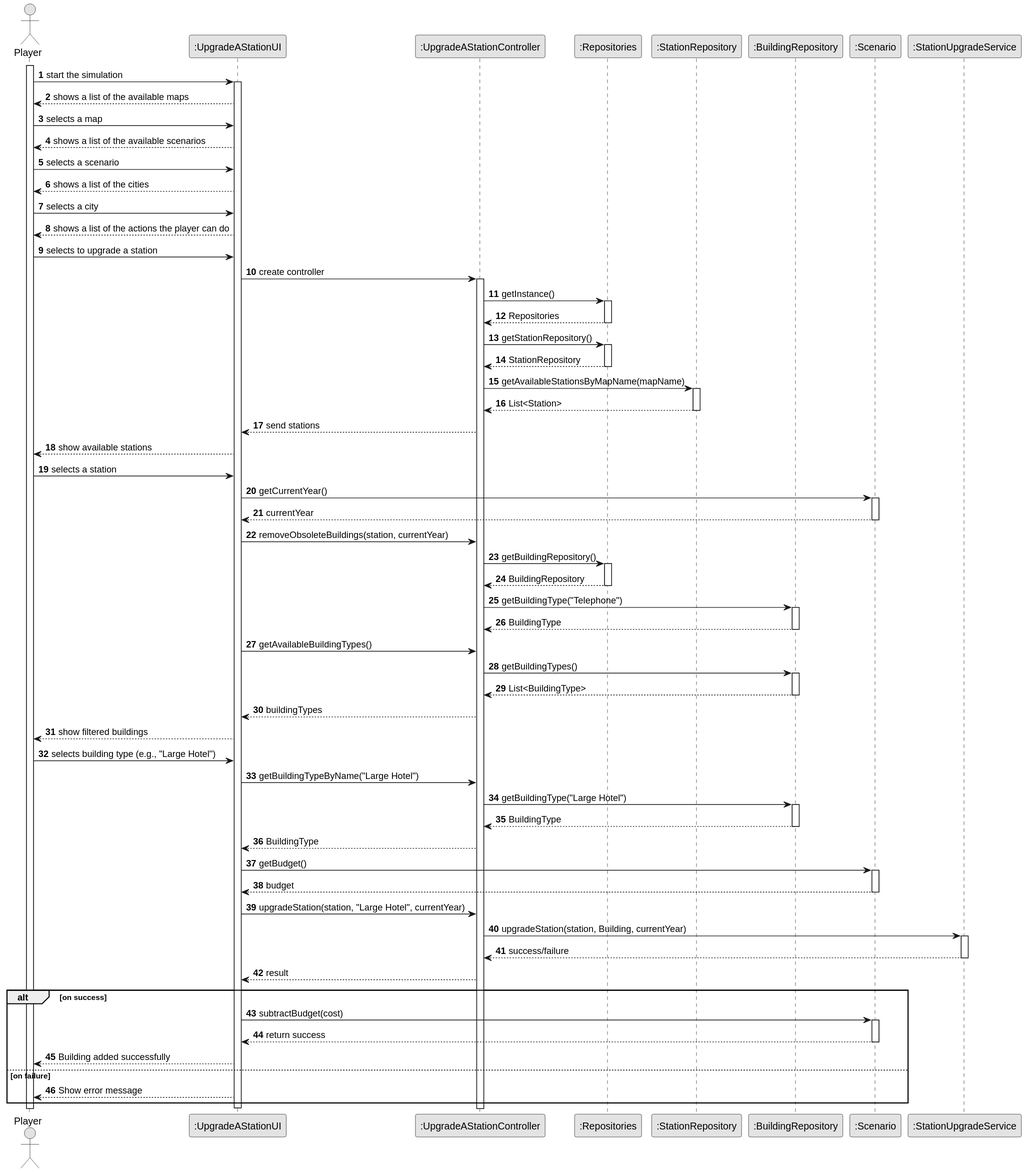
The PlantUML diagram docs/sprint3/us006/03.design/svg/us006-sequence-diagram-full.svg in ivasduarte/all-aboard, before a commit.
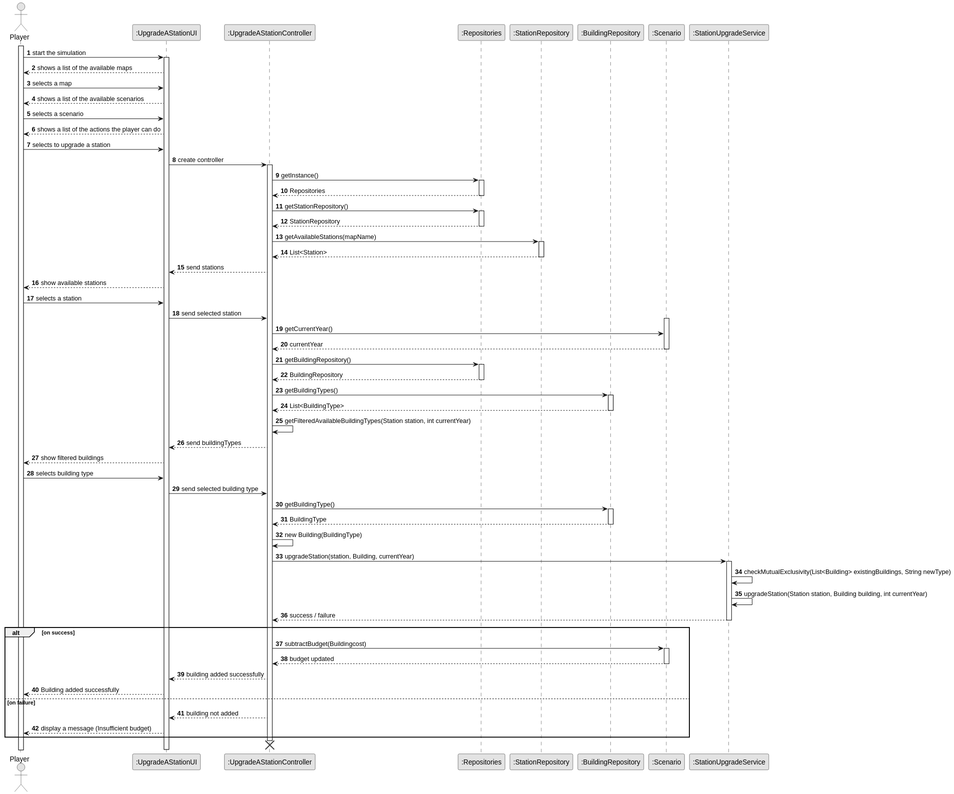
Later version of the same file.

Diff of the diagram source:
```diff
@@ -23,8 +23,6 @@
 Player -> UI : selects a map
 UI --> Player : shows a list of the available scenarios
 Player -> UI : selects a scenario
-UI --> Player : shows a list of the cities
-Player -> UI : selects a city
 UI --> Player : shows a list of the actions the player can do
 Player -> UI : selects to upgrade a station
 
@@ -41,7 +39,7 @@
 Repos --> CTRL : StationRepository
 deactivate Repos
 
-CTRL -> Station_REPO : getAvailableStationsByMapName(mapName)
+CTRL -> Station_REPO : getAvailableStations(mapName)
 activate Station_REPO
 Station_REPO --> CTRL : List<Station>
 deactivate Station_REPO
@@ -50,59 +48,57 @@
 UI --> Player : show available stations
 Player -> UI : selects a station
 
-UI -> Scenario : getCurrentYear()
+UI -> CTRL: send selected station
 activate Scenario
-Scenario --> UI : currentYear
+CTRL -> Scenario: getCurrentYear()
+Scenario --> CTRL : currentYear
 deactivate Scenario
 
-UI -> CTRL : removeObsoleteBuildings(station, currentYear)
 CTRL -> Repos : getBuildingRepository()
 activate Repos
 Repos --> CTRL : BuildingRepository
 deactivate Repos
-CTRL -> Building_REPO : getBuildingType("Telephone")
+
+CTRL -> Building_REPO : getBuildingTypes()
+activate Building_REPO
+Building_REPO --> CTRL : List<BuildingType>
+deactivate Building_REPO
+CTRL -> CTRL : getFilteredAvailableBuildingTypes(Station station, int currentYear)
+CTRL --> UI : send buildingTypes
+
+UI --> Player : show filtered buildings
+Player -> UI : selects building type
+
+UI -> CTRL : send selected building type
+CTRL -> Building_REPO : getBuildingType()
 activate Building_REPO
 Building_REPO --> CTRL : BuildingType
 deactivate Building_REPO
 
-UI -> CTRL : getAvailableBuildingTypes()
-CTRL -> Building_REPO : getBuildingTypes()
-activate Building_REPO
-Building_REPO --> CTRL : List<BuildingType>
-deactivate Building_REPO
-CTRL --> UI : buildingTypes
 
-UI --> Player : show filtered buildings
-Player -> UI : selects building type (e.g., "Large Hotel")
+CTRL -> CTRL : new Building(BuildingType)
 
-UI -> CTRL : getBuildingTypeByName("Large Hotel")
-CTRL -> Building_REPO : getBuildingType("Large Hotel")
-activate Building_REPO
-Building_REPO --> CTRL : BuildingType
-deactivate Building_REPO
-CTRL --> UI : BuildingType
-
-UI -> Scenario : getBudget()
-activate Scenario
-Scenario --> UI : budget
-deactivate Scenario
-
-UI -> CTRL : upgradeStation(station, "Large Hotel", currentYear)
 CTRL -> Service : upgradeStation(station, Building, currentYear)
 activate Service
-Service --> CTRL : success/failure
+Service -> Service: checkMutualExclusivity(List<Building> existingBuildings, String newType)
+Service -> Service: upgradeStation(Station station, Building building, int currentYear)
+Service --> CTRL : success / failure
 deactivate Service
-CTRL --> UI : result
 
 alt on success
-  UI -> Scenario : subtractBudget(cost)
+  CTRL -> Scenario : subtractBudget(Buildingcost)
   activate Scenario
-  Scenario --> UI : return success
+  Scenario --> CTRL : budget updated
   deactivate Scenario
+  CTRL --> UI : building added successfully
   UI --> Player : Building added successfully
 else on failure
-  UI --> Player : Show error message
+  CTRL --> UI : building not added
+    UI --> Player : display a message (Insufficient budget)
 end
 
+
+
+destroy CTRL
 deactivate UI
 @enduml
```
